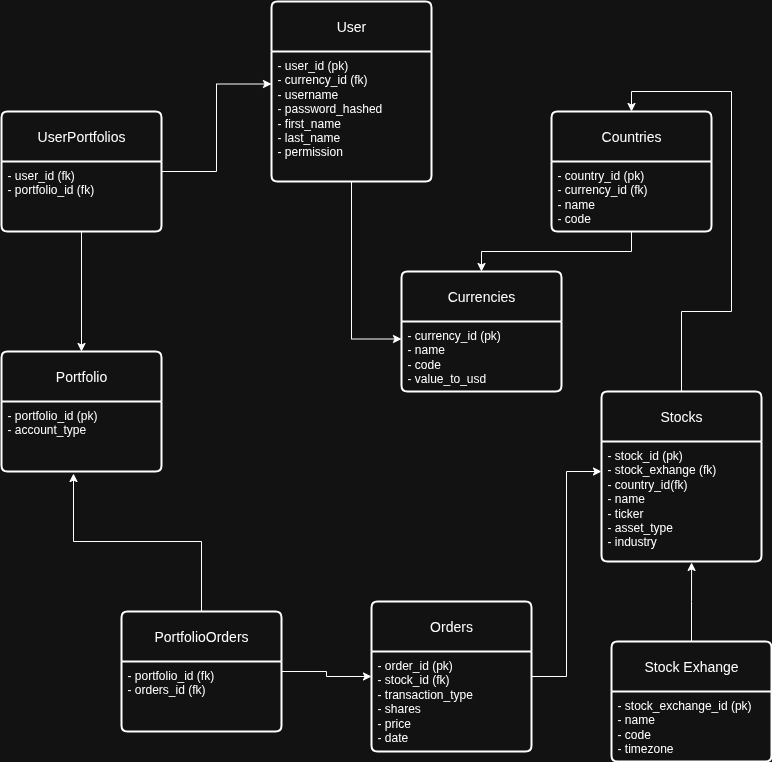
This is ERD.png from chaseltb/full-stack-stock-app, a draw.io export, as it was before one commit. Source tidied: cells renumbered, new cells last; positions are measured from the earlier drawing's top-left corner, leaving out a move shared by most shapes.
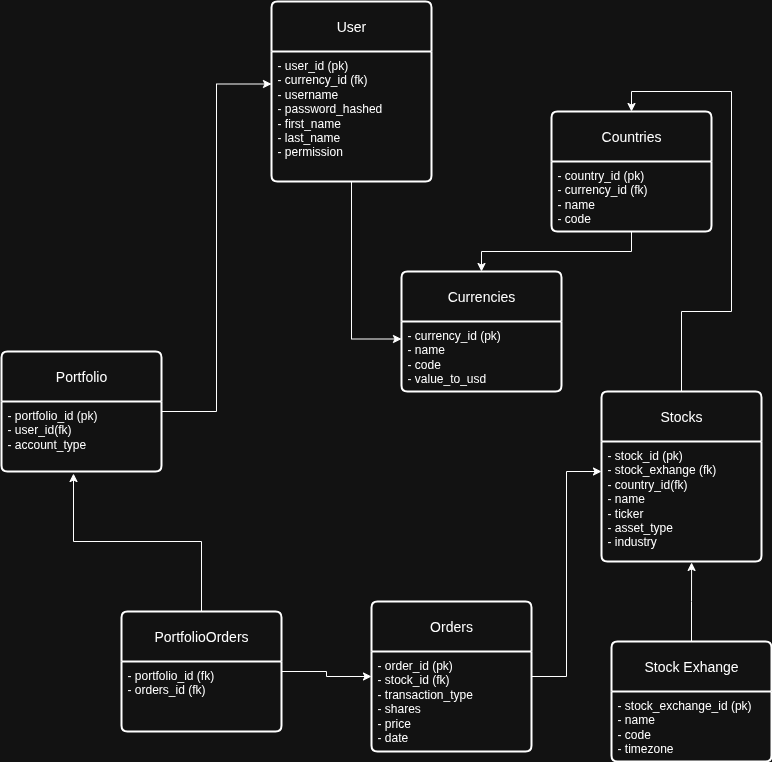
After the commit.

Commit message:
removed UserPortfolio junction table and added user_id to Portfolio table

The edit, as a diff of the source:
```diff
@@ -41,10 +41,13 @@
     <mxCell id="14" value="- country_id (pk)&lt;div&gt;- currency_id (fk)&lt;/div&gt;&lt;div&gt;- name&lt;/div&gt;&lt;div&gt;- code&lt;/div&gt;" style="align=left;strokeColor=none;fillColor=none;spacingLeft=4;spacingRight=4;fontSize=12;verticalAlign=top;html=1;whiteSpace=wrap;" parent="13" vertex="1">
       <mxGeometry y="50" width="160" height="70" as="geometry" />
     </mxCell>
+    <mxCell id="29" style="edgeStyle=orthogonalEdgeStyle;rounded=0;jettySize=auto;html=1;entryX=0;entryY=0.25;entryDx=0;entryDy=0;" parent="1" edge="1" source="15" target="4">
+      <mxGeometry relative="1" as="geometry" />
+    </mxCell>
     <mxCell id="15" value="Portfolio" style="swimlane;horizontal=1;startSize=50;rounded=1;fontSize=14;fontStyle=0;strokeWidth=2;shadow=0;dashed=0;align=center;arcSize=4;whiteSpace=wrap;html=1;" parent="1" vertex="1">
       <mxGeometry y="350" width="160" height="120" as="geometry" />
     </mxCell>
-    <mxCell id="16" value="- portfolio_id (pk)&lt;div&gt;- account_type&lt;/div&gt;" style="align=left;strokeColor=none;fillColor=none;spacingLeft=4;spacingRight=4;fontSize=12;verticalAlign=top;html=1;whiteSpace=wrap;" parent="15" vertex="1">
+    <mxCell id="16" value="- portfolio_id (pk)&lt;div&gt;- user_id(fk)&lt;/div&gt;&lt;div&gt;- account_type&lt;/div&gt;&lt;div&gt;&lt;br&gt;&lt;/div&gt;" style="align=left;strokeColor=none;fillColor=none;spacingLeft=4;spacingRight=4;fontSize=12;verticalAlign=top;html=1;whiteSpace=wrap;" parent="15" vertex="1">
       <mxGeometry y="50" width="160" height="70" as="geometry" />
     </mxCell>
     <mxCell id="17" style="edgeStyle=orthogonalEdgeStyle;rounded=0;jettySize=auto;html=1;entryX=0;entryY=0.5;entryDx=0;entryDy=0;" parent="1" edge="1" source="18" target="11">
@@ -62,18 +65,6 @@
     <mxCell id="21" style="edgeStyle=orthogonalEdgeStyle;rounded=0;jettySize=auto;html=1;entryX=0.45;entryY=1.029;entryDx=0;entryDy=0;entryPerimeter=0;" parent="1" edge="1" source="18" target="16">
       <mxGeometry relative="1" as="geometry" />
     </mxCell>
-    <mxCell id="22" style="edgeStyle=orthogonalEdgeStyle;rounded=0;jettySize=auto;html=1;entryX=0;entryY=0.25;entryDx=0;entryDy=0;" parent="1" edge="1" source="23" target="4">
-      <mxGeometry relative="1" as="geometry" />
-    </mxCell>
-    <mxCell id="23" value="UserPortfolios" style="swimlane;horizontal=1;startSize=50;rounded=1;fontSize=14;fontStyle=0;strokeWidth=2;shadow=0;dashed=0;align=center;arcSize=4;whiteSpace=wrap;html=1;" parent="1" vertex="1">
-      <mxGeometry y="110" width="160" height="120" as="geometry" />
-    </mxCell>
-    <mxCell id="24" value="&lt;div&gt;- user_id (fk)&lt;/div&gt;- portfolio_id (fk)" style="align=left;strokeColor=none;fillColor=none;spacingLeft=4;spacingRight=4;fontSize=12;verticalAlign=top;html=1;whiteSpace=wrap;" parent="23" vertex="1">
-      <mxGeometry y="50" width="160" height="70" as="geometry" />
-    </mxCell>
-    <mxCell id="25" style="edgeStyle=orthogonalEdgeStyle;rounded=0;jettySize=auto;html=1;entryX=0.5;entryY=0;entryDx=0;entryDy=0;" parent="1" edge="1" source="24" target="15">
-      <mxGeometry relative="1" as="geometry" />
-    </mxCell>
     <mxCell id="26" value="Stock Exhange" style="swimlane;horizontal=1;startSize=50;rounded=1;fontSize=14;fontStyle=0;strokeWidth=2;shadow=0;dashed=0;align=center;arcSize=4;whiteSpace=wrap;html=1;" parent="1" vertex="1">
       <mxGeometry x="610" y="640" width="160" height="120" as="geometry" />
     </mxCell>
```
